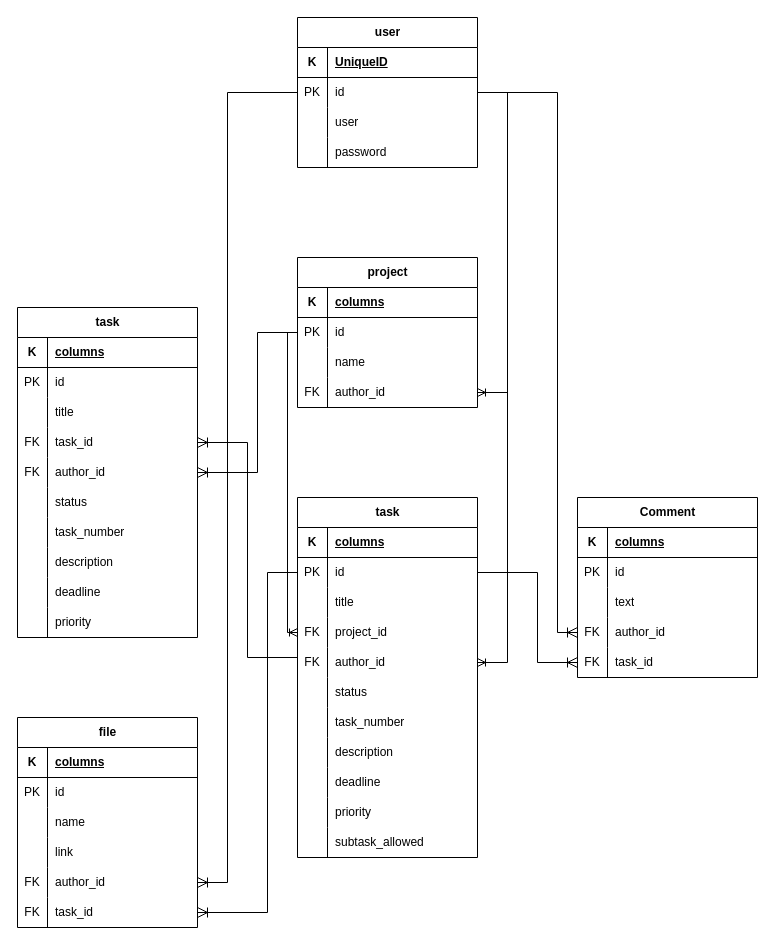
z4ffe/frello keeps this draw.io diagram as frello.drawio. Above is the earlier version. Source tidied: cells renumbered, new cells numbered last; positions are measured from the earlier drawing's top-left corner, leaving out a move shared by most shapes. Both pictures are drawn from the tidied source at 100%, with x=0, y=0 at pixel (17, 17).
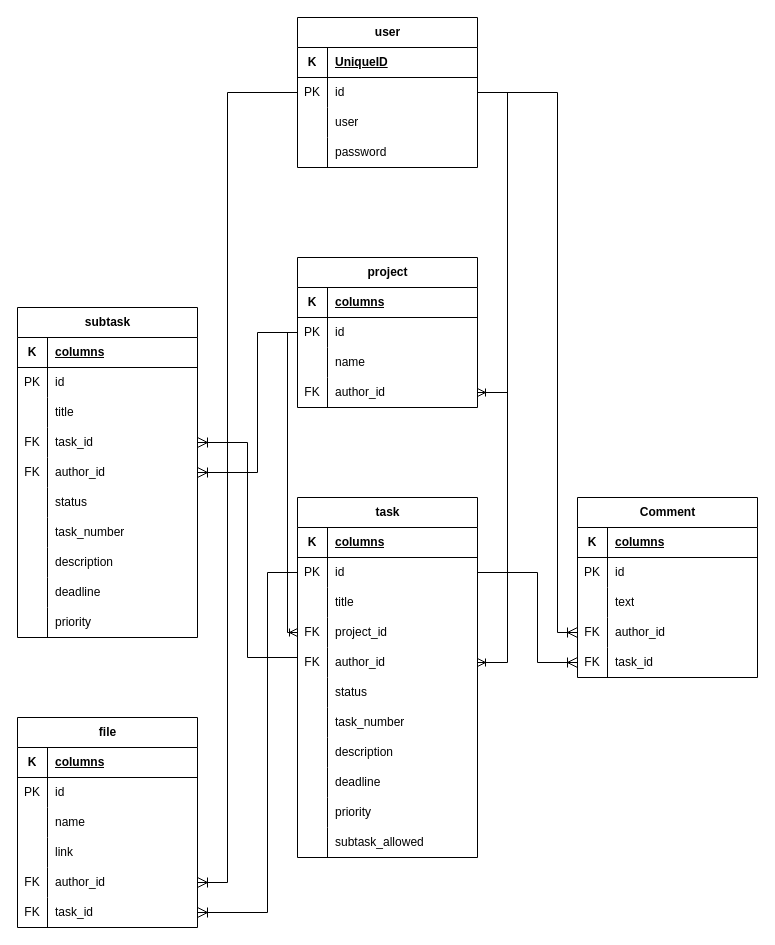
The same diagram, later.

Diff of the diagram source:
```diff
@@
-    <mxCell id="104" value="task" style="shape=table;startSize=30;childLayout=tableLayout;rowLines=0;fontStyle=1;align=center;html=1;" parent="1" vertex="1">
+    <mxCell id="104" value="subtask" style="shape=table;startSize=30;childLayout=tableLayout;rowLines=0;fontStyle=1;align=center;html=1;" parent="1" vertex="1">
       <mxGeometry y="290" width="180" height="330" as="geometry" />
     </mxCell>
```
